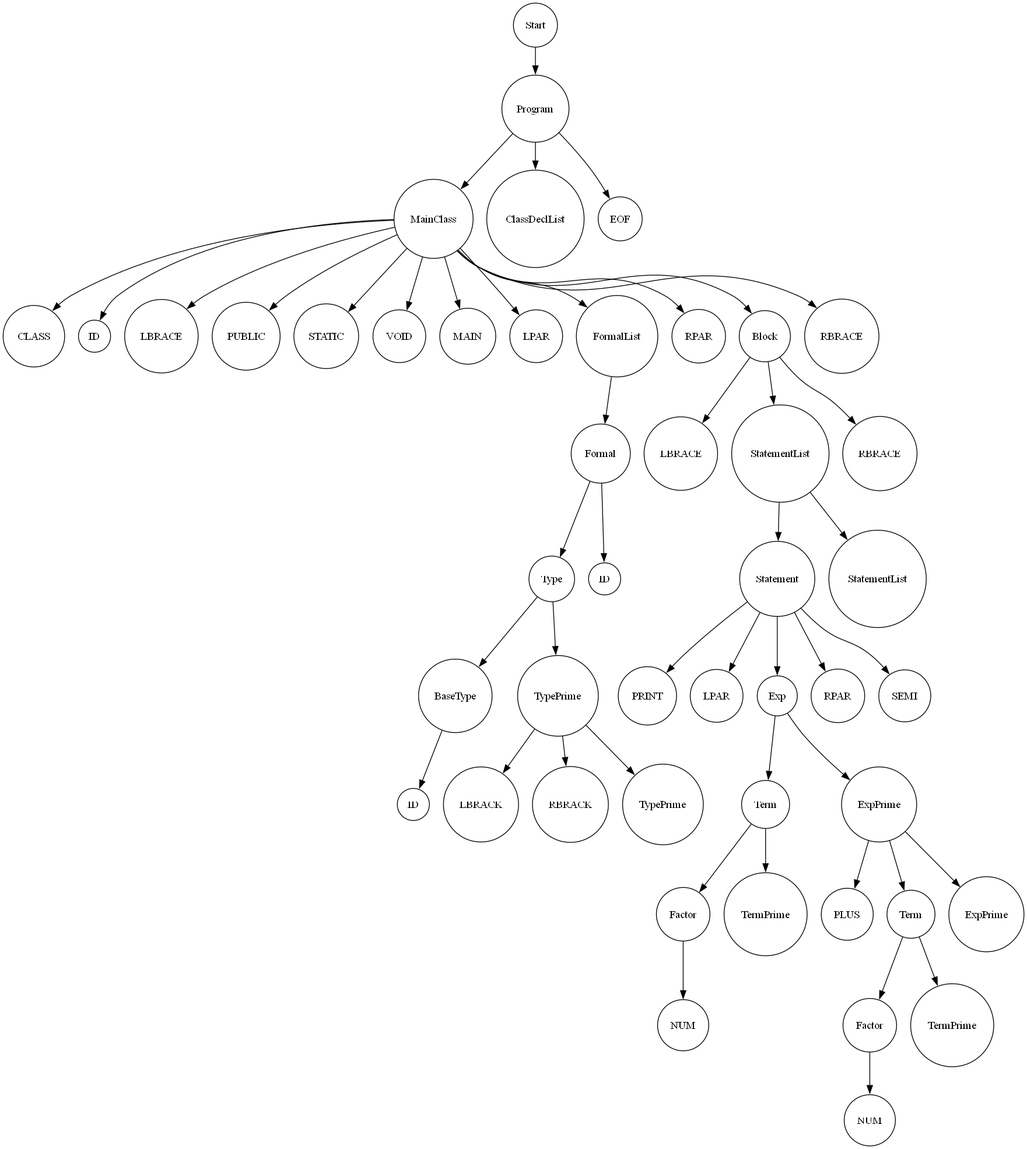
The Graphviz diagram tree.png in GH120/JS-Compiler, before a commit. Its source is kept beside it as tree.dot.
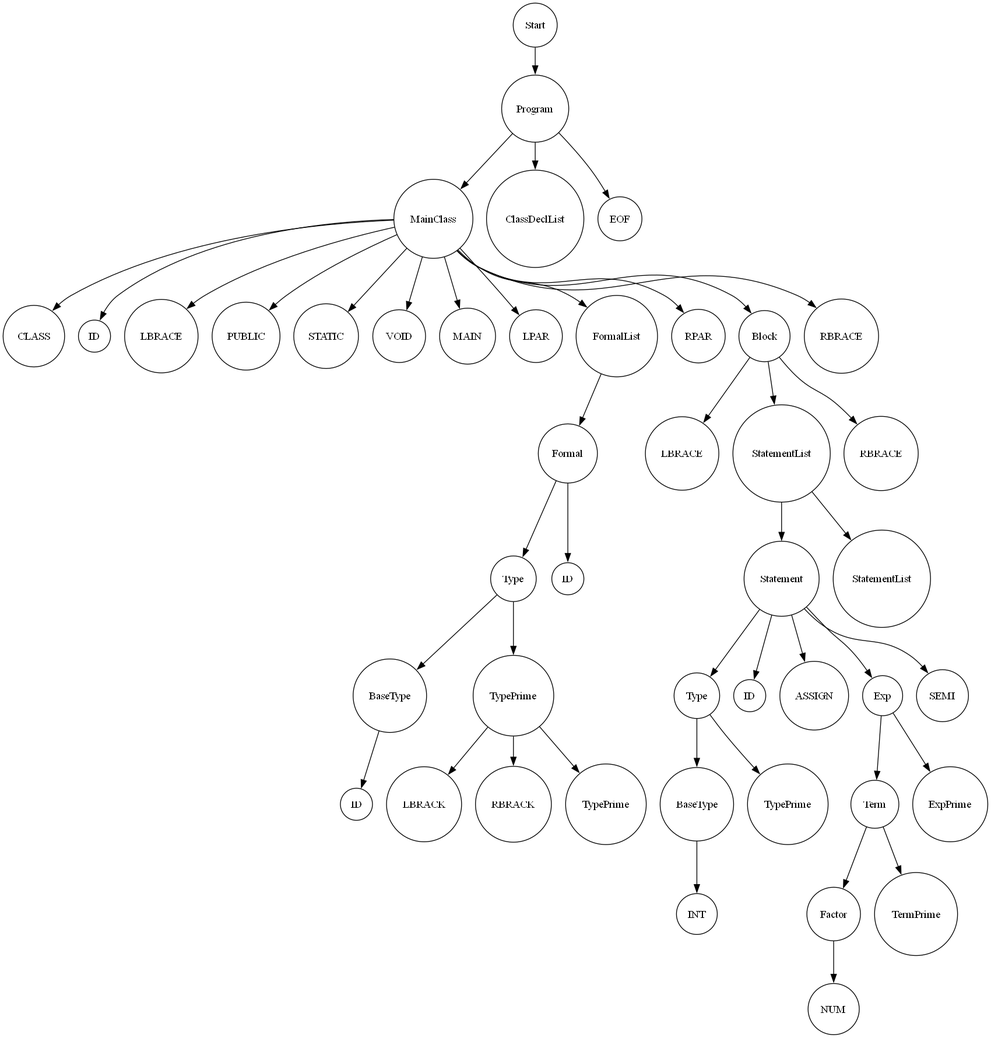
The same file after the commit.

Diff of the diagram source:
```diff
@@ -52,36 +52,30 @@
   node0_0_0_10 -> node0_0_0_10_1;
   node0_0_0_10_1_0 [label="Statement"];
   node0_0_0_10_1 -> node0_0_0_10_1_0;
-  node0_0_0_10_1_0_0 [label="PRINT"];
+  node0_0_0_10_1_0_0 [label="Type"];
   node0_0_0_10_1_0 -> node0_0_0_10_1_0_0;
-  node0_0_0_10_1_0_1 [label="LPAR"];
+  node0_0_0_10_1_0_0_0 [label="BaseType"];
+  node0_0_0_10_1_0_0 -> node0_0_0_10_1_0_0_0;
+  node0_0_0_10_1_0_0_0_0 [label="INT"];
+  node0_0_0_10_1_0_0_0 -> node0_0_0_10_1_0_0_0_0;
+  node0_0_0_10_1_0_0_1 [label="TypePrime"];
+  node0_0_0_10_1_0_0 -> node0_0_0_10_1_0_0_1;
+  node0_0_0_10_1_0_1 [label="ID"];
   node0_0_0_10_1_0 -> node0_0_0_10_1_0_1;
-  node0_0_0_10_1_0_2 [label="Exp"];
+  node0_0_0_10_1_0_2 [label="ASSIGN"];
   node0_0_0_10_1_0 -> node0_0_0_10_1_0_2;
-  node0_0_0_10_1_0_2_0 [label="Term"];
-  node0_0_0_10_1_0_2 -> node0_0_0_10_1_0_2_0;
-  node0_0_0_10_1_0_2_0_0 [label="Factor"];
-  node0_0_0_10_1_0_2_0 -> node0_0_0_10_1_0_2_0_0;
-  node0_0_0_10_1_0_2_0_0_0 [label="NUM"];
-  node0_0_0_10_1_0_2_0_0 -> node0_0_0_10_1_0_2_0_0_0;
-  node0_0_0_10_1_0_2_0_1 [label="TermPrime"];
-  node0_0_0_10_1_0_2_0 -> node0_0_0_10_1_0_2_0_1;
-  node0_0_0_10_1_0_2_1 [label="ExpPrime"];
-  node0_0_0_10_1_0_2 -> node0_0_0_10_1_0_2_1;
-  node0_0_0_10_1_0_2_1_0 [label="PLUS"];
-  node0_0_0_10_1_0_2_1 -> node0_0_0_10_1_0_2_1_0;
-  node0_0_0_10_1_0_2_1_1 [label="Term"];
-  node0_0_0_10_1_0_2_1 -> node0_0_0_10_1_0_2_1_1;
-  node0_0_0_10_1_0_2_1_1_0 [label="Factor"];
-  node0_0_0_10_1_0_2_1_1 -> node0_0_0_10_1_0_2_1_1_0;
-  node0_0_0_10_1_0_2_1_1_0_0 [label="NUM"];
-  node0_0_0_10_1_0_2_1_1_0 -> node0_0_0_10_1_0_2_1_1_0_0;
-  node0_0_0_10_1_0_2_1_1_1 [label="TermPrime"];
-  node0_0_0_10_1_0_2_1_1 -> node0_0_0_10_1_0_2_1_1_1;
-  node0_0_0_10_1_0_2_1_2 [label="ExpPrime"];
-  node0_0_0_10_1_0_2_1 -> node0_0_0_10_1_0_2_1_2;
-  node0_0_0_10_1_0_3 [label="RPAR"];
+  node0_0_0_10_1_0_3 [label="Exp"];
   node0_0_0_10_1_0 -> node0_0_0_10_1_0_3;
+  node0_0_0_10_1_0_3_0 [label="Term"];
+  node0_0_0_10_1_0_3 -> node0_0_0_10_1_0_3_0;
+  node0_0_0_10_1_0_3_0_0 [label="Factor"];
+  node0_0_0_10_1_0_3_0 -> node0_0_0_10_1_0_3_0_0;
+  node0_0_0_10_1_0_3_0_0_0 [label="NUM"];
+  node0_0_0_10_1_0_3_0_0 -> node0_0_0_10_1_0_3_0_0_0;
+  node0_0_0_10_1_0_3_0_1 [label="TermPrime"];
+  node0_0_0_10_1_0_3_0 -> node0_0_0_10_1_0_3_0_1;
+  node0_0_0_10_1_0_3_1 [label="ExpPrime"];
+  node0_0_0_10_1_0_3 -> node0_0_0_10_1_0_3_1;
   node0_0_0_10_1_0_4 [label="SEMI"];
   node0_0_0_10_1_0 -> node0_0_0_10_1_0_4;
   node0_0_0_10_1_1 [label="StatementList"];
```
